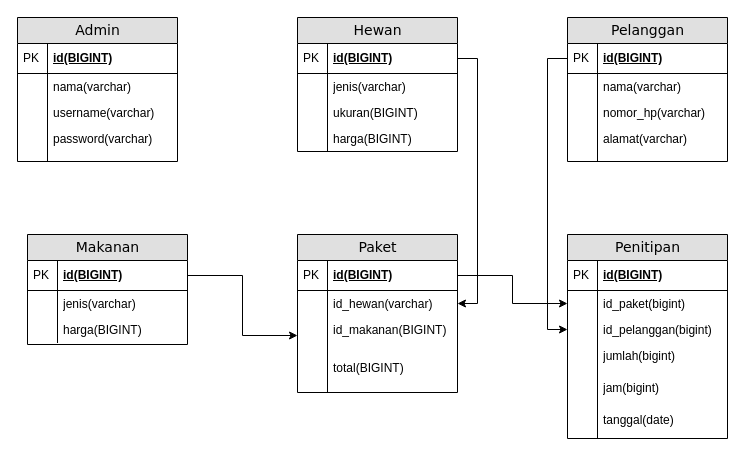
Earlier version of the draw.io diagram Untitled Diagram.drawio (wangusung46/sistem-informasi-penitipan-hewan). Source tidied: cells renumbered, new cells numbered last; positions are measured from the earlier drawing's top-left corner, leaving out a move shared by most shapes. Both pictures are drawn from the tidied source at 100%, with x=0, y=0 at pixel (17, 17).
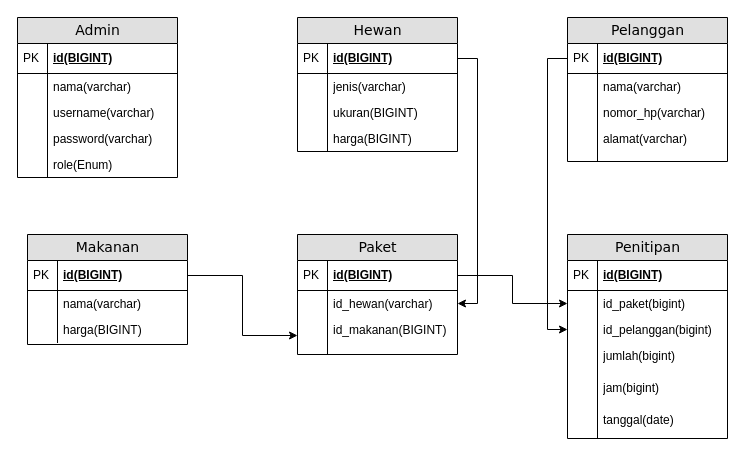
After the change.

The change refers to these unchanged cells:
```xml
<mxCell id="46" value="Makanan" style="swimlane;html=1;fontStyle=0;horizontal=1;startSize=26;fillColor=#e0e0e0;swimlaneFillColor=#ffffff;align=center;rounded=0;shadow=0;comic=0;labelBackgroundColor=none;strokeWidth=1;fontFamily=Verdana;fontSize=14;swimlaneLine=1;" parent="1" vertex="1">
  <mxGeometry x="10" y="217" width="160" height="110" as="geometry" />
</mxCell>
```

The edit, as a diff of the source:
```diff
@@
     <mxCell id="2" value="Admin" style="swimlane;html=1;fontStyle=0;horizontal=1;startSize=26;fillColor=#e0e0e0;swimlaneFillColor=#ffffff;align=center;rounded=0;shadow=0;comic=0;labelBackgroundColor=none;strokeWidth=1;fontFamily=Verdana;fontSize=14;swimlaneLine=1;" parent="1" vertex="1">
-      <mxGeometry width="160" height="144" as="geometry" />
+      <mxGeometry width="160" height="160" as="geometry" />
     </mxCell>
@@
-    <mxCell id="11" style="shape=partialRectangle;top=0;left=0;right=0;bottom=0;html=1;align=left;verticalAlign=top;fillColor=none;spacingLeft=34;spacingRight=4;whiteSpace=wrap;overflow=hidden;" parent="2" vertex="1">
-      <mxGeometry y="134" width="160" height="10" as="geometry" />
-    </mxCell>
-    <mxCell id="12" style="shape=partialRectangle;top=0;left=0;bottom=0;html=1;fillColor=none;align=left;verticalAlign=top;spacingLeft=4;spacingRight=4;whiteSpace=wrap;overflow=hidden;" parent="11" vertex="1">
-      <mxGeometry width="30" height="10" as="geometry" />
-    </mxCell>
+    <mxCell id="66" value="role(Enum)" style="shape=partialRectangle;top=0;left=0;right=0;bottom=0;html=1;align=left;verticalAlign=top;fillColor=none;spacingLeft=34;spacingRight=4;whiteSpace=wrap;overflow=hidden;" parent="2" vertex="1">
+      <mxGeometry y="134" width="160" height="26" as="geometry" />
+    </mxCell>
+    <mxCell id="67" style="shape=partialRectangle;top=0;left=0;bottom=0;html=1;fillColor=none;align=left;verticalAlign=top;spacingLeft=4;spacingRight=4;whiteSpace=wrap;overflow=hidden;" parent="66" vertex="1">
+      <mxGeometry width="30" height="26" as="geometry" />
+    </mxCell>
@@
-    <mxCell id="49" value="jenis(varchar)" style="shape=partialRectangle;top=0;left=0;right=0;bottom=0;html=1;align=left;verticalAlign=top;fillColor=none;spacingLeft=34;spacingRight=4;whiteSpace=wrap;overflow=hidden;" parent="46" vertex="1">
+    <mxCell id="49" value="nama(varchar)" style="shape=partialRectangle;top=0;left=0;right=0;bottom=0;html=1;align=left;verticalAlign=top;fillColor=none;spacingLeft=34;spacingRight=4;whiteSpace=wrap;overflow=hidden;" parent="46" vertex="1">
       <mxGeometry y="56" width="160" height="26" as="geometry" />
     </mxCell>
@@
     <mxCell id="53" value="Paket" style="swimlane;html=1;fontStyle=0;horizontal=1;startSize=26;fillColor=#e0e0e0;swimlaneFillColor=#ffffff;align=center;rounded=0;shadow=0;comic=0;labelBackgroundColor=none;strokeWidth=1;fontFamily=Verdana;fontSize=14;swimlaneLine=1;" parent="1" vertex="1">
-      <mxGeometry x="280" y="217" width="160" height="158" as="geometry" />
+      <mxGeometry x="280" y="217" width="160" height="120" as="geometry" />
     </mxCell>
@@
-    <mxCell id="60" value="total(BIGINT)" style="shape=partialRectangle;top=0;left=0;right=0;bottom=0;html=1;align=left;verticalAlign=top;fillColor=none;spacingLeft=34;spacingRight=4;whiteSpace=wrap;overflow=hidden;" parent="53" vertex="1">
-      <mxGeometry y="120" width="160" height="38" as="geometry" />
-    </mxCell>
-    <mxCell id="61" style="shape=partialRectangle;top=0;left=0;bottom=0;html=1;fillColor=none;align=left;verticalAlign=top;spacingLeft=4;spacingRight=4;whiteSpace=wrap;overflow=hidden;" parent="60" vertex="1">
-      <mxGeometry width="30" height="38" as="geometry" />
-    </mxCell>
```
